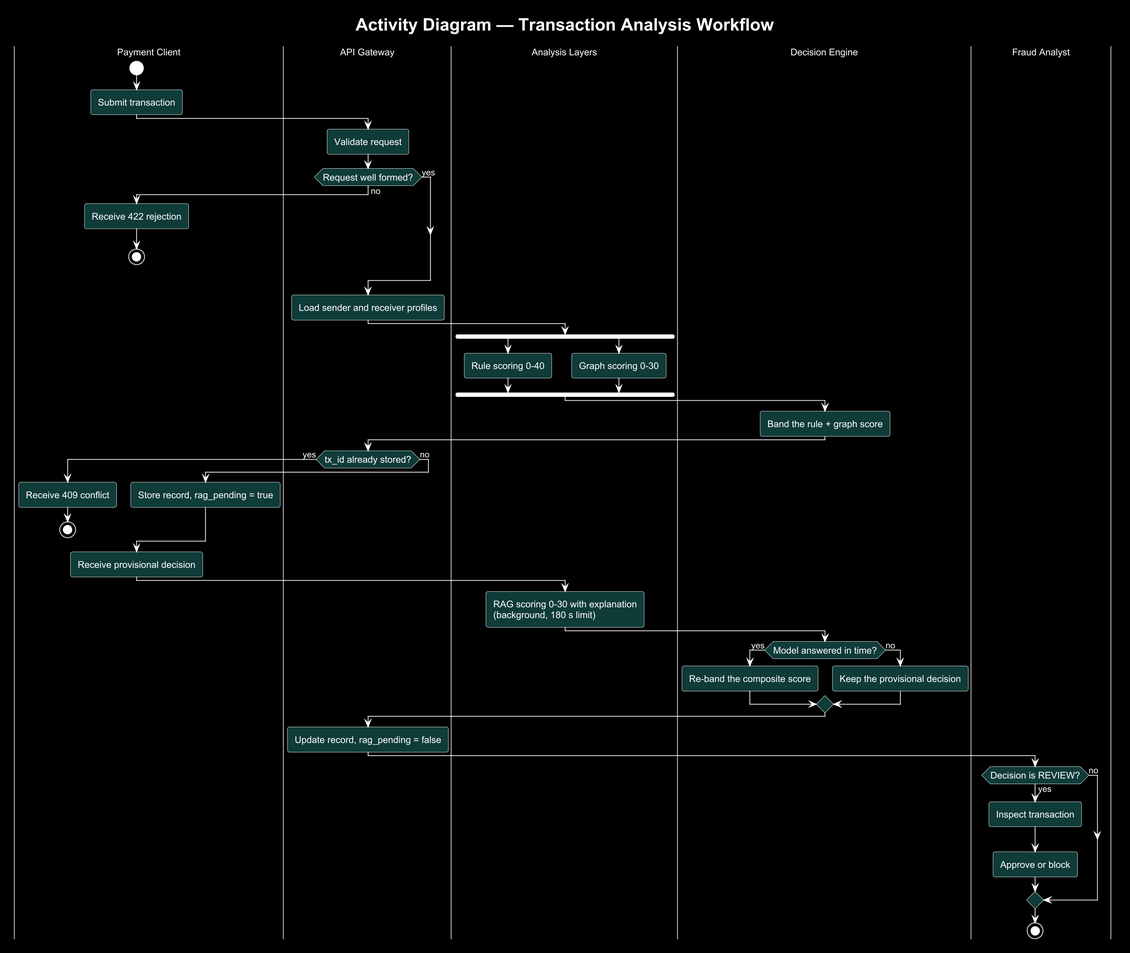
The PlantUML diagram docs/diagrams/03-activity.png in OMJOSHI15/indus11, before a commit.
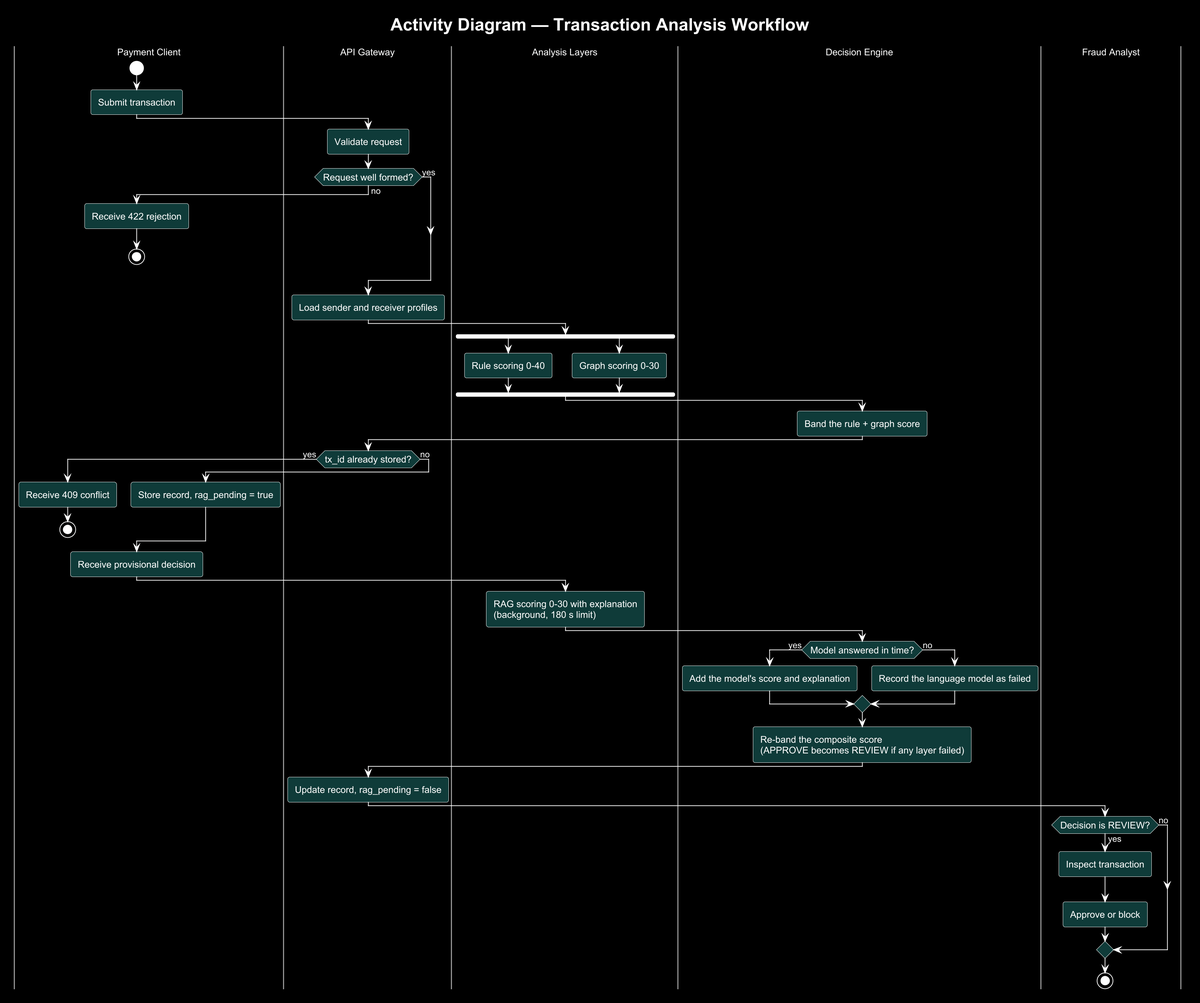
The same file after the commit.

The edit, as a diff of the source:
```diff
@@ -60,10 +60,12 @@
 (background, 180 s limit);
 |Decision Engine|
 if (Model answered in time?) then (yes)
-  :Re-band the composite score;
+  :Add the model's score and explanation;
 else (no)
-  :Keep the provisional decision;
+  :Record the language model as failed;
 endif
+:Re-band the composite score
+(APPROVE becomes REVIEW if any layer failed);
 |API Gateway|
 :Update record, rag_pending = false;
 |Fraud Analyst|
```
